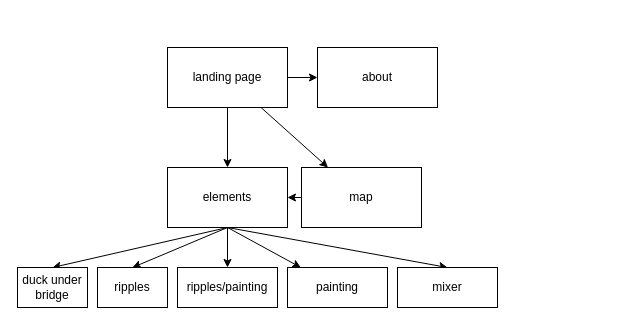
Before: sitemap.drawio in elinorrowlands/bss, a draw.io diagram. Source tidied: cells renumbered, new cells numbered last; positions are measured from the earlier drawing's top-left corner, leaving out a move shared by most shapes. Both pictures are drawn from the tidied source at 100%, with x=0, y=0 at pixel (17, 47).
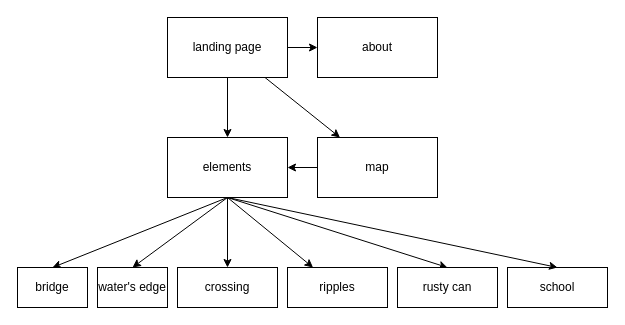
After the change.

The edit, as a diff of the source:
```diff
@@
-    <mxCell id="3" style="edgeStyle=none;html=1;" parent="1" edge="1" source="5" target="11">
-      <mxGeometry relative="1" as="geometry" />
+    <mxCell id="3" style="edgeStyle=none;html=1;" parent="1" edge="1" source="5">
+      <mxGeometry relative="1" as="geometry">
+        <mxPoint x="210" y="90" as="targetPoint" />
+      </mxGeometry>
     </mxCell>
-    <mxCell id="4" style="edgeStyle=none;html=1;" parent="1" edge="1" source="5" target="18">
-      <mxGeometry relative="1" as="geometry" />
+    <mxCell id="4" style="edgeStyle=none;html=1;" parent="1" edge="1" source="5">
+      <mxGeometry relative="1" as="geometry">
+        <mxPoint x="322.5" y="90" as="targetPoint" />
+      </mxGeometry>
     </mxCell>
     <mxCell id="5" value="landing page" style="rounded=0;whiteSpace=wrap;html=1;" parent="1" vertex="1">
-      <mxGeometry x="150" width="120" height="60" as="geometry" />
+      <mxGeometry x="150" y="-30" width="120" height="60" as="geometry" />
     </mxCell>
@@
     <mxCell id="11" value="elements" style="rounded=0;whiteSpace=wrap;html=1;" parent="1" vertex="1">
-      <mxGeometry x="150" y="120" width="120" height="60" as="geometry" />
+      <mxGeometry x="150" y="90" width="120" height="60" as="geometry" />
     </mxCell>
-    <mxCell id="12" value="duck under bridge" style="rounded=0;whiteSpace=wrap;html=1;" parent="1" vertex="1">
+    <mxCell id="12" value="bridge" style="rounded=0;whiteSpace=wrap;html=1;" parent="1" vertex="1">
       <mxGeometry y="220" width="70" height="40" as="geometry" />
     </mxCell>
-    <mxCell id="13" value="ripples" style="rounded=0;whiteSpace=wrap;html=1;" parent="1" vertex="1">
+    <mxCell id="13" value="water's edge" style="rounded=0;whiteSpace=wrap;html=1;" parent="1" vertex="1">
       <mxGeometry x="80" y="220" width="70" height="40" as="geometry" />
     </mxCell>
-    <mxCell id="14" value="ripples/painting" style="rounded=0;whiteSpace=wrap;html=1;" parent="1" vertex="1">
+    <mxCell id="14" value="crossing" style="rounded=0;whiteSpace=wrap;html=1;" parent="1" vertex="1">
       <mxGeometry x="160" y="220" width="100" height="40" as="geometry" />
     </mxCell>
-    <mxCell id="15" value="painting" style="rounded=0;whiteSpace=wrap;html=1;" parent="1" vertex="1">
+    <mxCell id="15" value="ripples" style="rounded=0;whiteSpace=wrap;html=1;" parent="1" vertex="1">
       <mxGeometry x="270" y="220" width="100" height="40" as="geometry" />
     </mxCell>
-    <mxCell id="16" value="mixer" style="rounded=0;whiteSpace=wrap;html=1;" parent="1" vertex="1">
+    <mxCell id="16" value="rusty can" style="rounded=0;whiteSpace=wrap;html=1;" parent="1" vertex="1">
       <mxGeometry x="380" y="220" width="100" height="40" as="geometry" />
     </mxCell>
@@
     <mxCell id="18" value="map" style="rounded=0;whiteSpace=wrap;html=1;" parent="1" vertex="1">
-      <mxGeometry x="284" y="120" width="120" height="60" as="geometry" />
+      <mxGeometry x="300" y="90" width="120" height="60" as="geometry" />
     </mxCell>
     <mxCell id="19" value="about" style="rounded=0;whiteSpace=wrap;html=1;" parent="1" vertex="1">
-      <mxGeometry x="300" width="120" height="60" as="geometry" />
+      <mxGeometry x="300" y="-30" width="120" height="60" as="geometry" />
     </mxCell>
+    <mxCell id="20" value="school" style="rounded=0;whiteSpace=wrap;html=1;" parent="1" vertex="1">
+      <mxGeometry x="490" y="220" width="100" height="40" as="geometry" />
+    </mxCell>
+    <mxCell id="21" style="edgeStyle=none;html=1;exitX=0.5;exitY=1;exitDx=0;exitDy=0;entryX=0.5;entryY=0;entryDx=0;entryDy=0;" parent="1" edge="1" source="11" target="20">
+      <mxGeometry relative="1" as="geometry" />
+    </mxCell>
```
